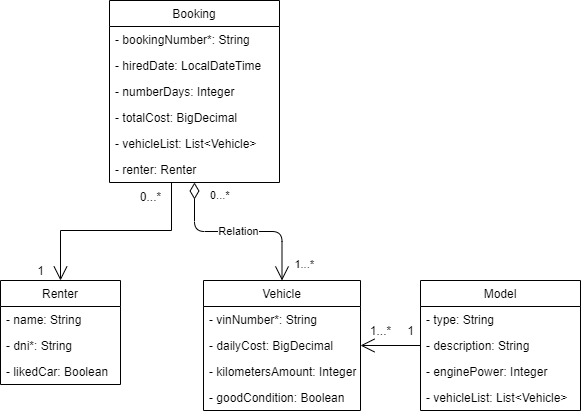
miw-upm/apaw-practice keeps this draw.io diagram as docs/car-hire.models.png. Above is the earlier version. Source tidied: cells renumbered, new cells last; positions are measured from the earlier drawing's top-left corner, leaving out a move shared by most shapes.
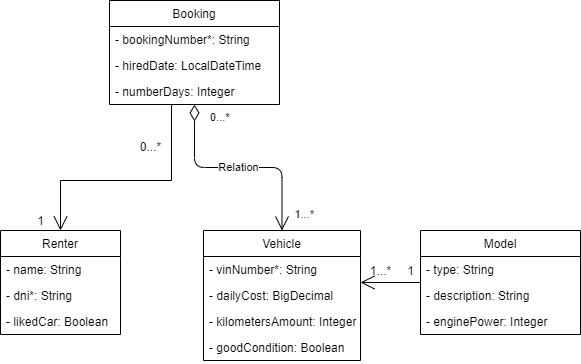
The same diagram one commit later.

Commit message:
Updated DAOs & entities & model & UML #44

Diff of the diagram source:
```diff
@@ -15,7 +15,7 @@
       <mxGeometry y="78" width="120" height="26" as="geometry" />
     </mxCell>
     <mxCell id="6" value="Booking" style="swimlane;fontStyle=0;horizontal=1;startSize=26;fillColor=none;" parent="1" vertex="1">
-      <mxGeometry x="109" width="170" height="182" as="geometry" />
+      <mxGeometry x="109" y="50" width="170" height="104" as="geometry" />
     </mxCell>
     <mxCell id="7" value="- bookingNumber*: String" style="text;strokeColor=none;fillColor=none;align=left;verticalAlign=top;spacingLeft=4;spacingRight=4;overflow=hidden;" parent="6" vertex="1">
       <mxGeometry y="26" width="170" height="26" as="geometry" />
@@ -26,15 +26,6 @@
     <mxCell id="9" value="- numberDays: Integer" style="text;strokeColor=none;fillColor=none;align=left;verticalAlign=top;spacingLeft=4;spacingRight=4;overflow=hidden;" parent="6" vertex="1">
       <mxGeometry y="78" width="170" height="26" as="geometry" />
     </mxCell>
-    <mxCell id="10" value="- totalCost: BigDecimal" style="text;strokeColor=none;fillColor=none;align=left;verticalAlign=top;spacingLeft=4;spacingRight=4;overflow=hidden;" parent="6" vertex="1">
-      <mxGeometry y="104" width="170" height="26" as="geometry" />
-    </mxCell>
-    <mxCell id="11" value="- vehicleList: List&lt;Vehicle&gt;" style="text;strokeColor=none;fillColor=none;align=left;verticalAlign=top;spacingLeft=4;spacingRight=4;overflow=hidden;" parent="6" vertex="1">
-      <mxGeometry y="130" width="170" height="26" as="geometry" />
-    </mxCell>
-    <mxCell id="12" value="- renter: Renter" style="text;strokeColor=none;fillColor=none;align=left;verticalAlign=top;spacingLeft=4;spacingRight=4;overflow=hidden;" parent="6" vertex="1">
-      <mxGeometry y="156" width="170" height="26" as="geometry" />
-    </mxCell>
     <mxCell id="13" value="Vehicle" style="swimlane;fontStyle=0;horizontal=1;startSize=26;fillColor=none;" parent="1" vertex="1">
       <mxGeometry x="203" y="280" width="157" height="130" as="geometry" />
     </mxCell>
@@ -51,7 +42,7 @@
       <mxGeometry y="104" width="157" height="26" as="geometry" />
     </mxCell>
     <mxCell id="18" value="Model" style="swimlane;fontStyle=0;horizontal=1;startSize=26;fillColor=none;" parent="1" vertex="1">
-      <mxGeometry x="420" y="280" width="160" height="130" as="geometry" />
+      <mxGeometry x="420" y="280" width="160" height="104" as="geometry" />
     </mxCell>
     <mxCell id="19" value="- type: String" style="text;strokeColor=none;fillColor=none;align=left;verticalAlign=top;spacingLeft=4;spacingRight=4;overflow=hidden;" parent="18" vertex="1">
       <mxGeometry y="26" width="160" height="26" as="geometry" />
@@ -62,9 +53,6 @@
     <mxCell id="21" value="- enginePower: Integer" style="text;strokeColor=none;fillColor=none;align=left;verticalAlign=top;spacingLeft=4;spacingRight=4;overflow=hidden;" parent="18" vertex="1">
       <mxGeometry y="78" width="160" height="26" as="geometry" />
     </mxCell>
-    <mxCell id="22" value="- vehicleList: List&lt;Vehicle&gt;" style="text;strokeColor=none;fillColor=none;align=left;verticalAlign=top;spacingLeft=4;spacingRight=4;overflow=hidden;" parent="18" vertex="1">
-      <mxGeometry y="104" width="160" height="26" as="geometry" />
-    </mxCell>
     <mxCell id="23" value="Relation" style="endArrow=open;html=1;endSize=12;startArrow=diamondThin;startSize=14;startFill=0;edgeStyle=orthogonalEdgeStyle;entryX=0.5;entryY=0;entryDx=0;entryDy=0;" parent="1" edge="1" source="6" target="13">
       <mxGeometry relative="1" as="geometry" />
     </mxCell>
@@ -87,10 +75,10 @@
       </mxGeometry>
     </mxCell>
     <mxCell id="27" value="1...*" style="text;html=1;align=center;verticalAlign=middle;fillColor=none;strokeColor=none;rounded=0;" parent="1" vertex="1">
-      <mxGeometry x="360" y="320" width="40" height="20" as="geometry" />
+      <mxGeometry x="360" y="310" width="40" height="20" as="geometry" />
     </mxCell>
     <mxCell id="28" value="1" style="text;html=1;align=center;verticalAlign=middle;fillColor=none;strokeColor=none;rounded=0;" parent="1" vertex="1">
-      <mxGeometry x="400" y="320" width="20" height="20" as="geometry" />
+      <mxGeometry x="400" y="310" width="20" height="20" as="geometry" />
     </mxCell>
     <mxCell id="29" value="0...*" style="text;html=1;align=center;verticalAlign=middle;fillColor=none;strokeColor=none;rounded=0;" parent="1" vertex="1">
       <mxGeometry x="130" y="186" width="40" height="20" as="geometry" />
```
